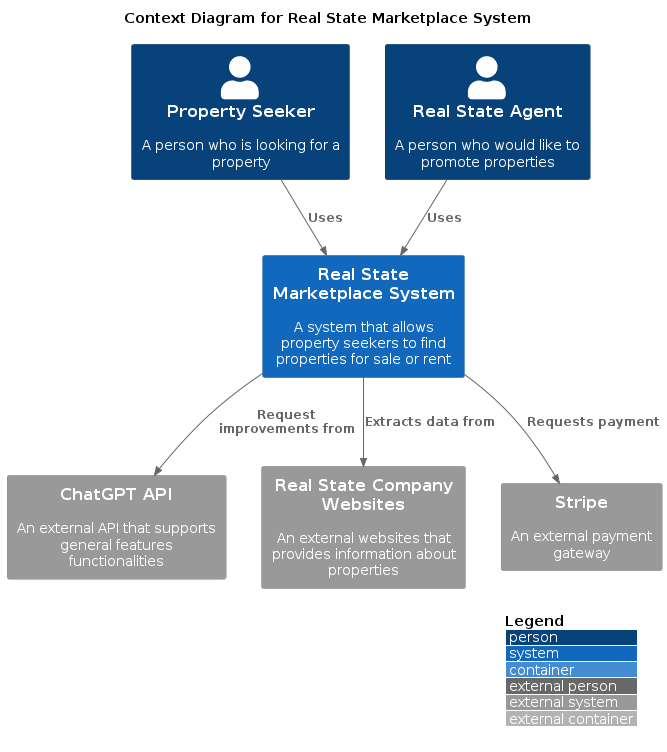
The PlantUML diagram docs/diagrams/01-ContextDiagram.png in jtsato/properties-api-netcore, before a commit. The source it was exported from:
```plantuml
@startuml 01-ContextDiagram
!include <C4/C4_Container>


title "Context Diagram for Real State Marketplace System"

Person(seeker, "Property Seeker", "A person who is looking for a property")
Person(agent, "Real State Agent", "A person who would like to promote properties")

System(realState, "Real State Marketplace System", "A system that allows property seekers to find properties for sale or rent")
System_Ext(chatGpt, "ChatGPT API", "An external API that supports general features functionalities")
System_Ext(websites, "Real State Company Websites", "An external websites that provides information about properties")
System_Ext(stripe, "Stripe", "An external payment gateway")

Rel(seeker, realState, "Uses")
Rel(agent, realState, "Uses")
Rel(realState, chatGpt, "Request improvements from")
Rel(realState, websites, "Extracts data from")
Rel(realState, stripe, "Requests payment")

LAYOUT_WITH_LEGEND()

@enduml
```
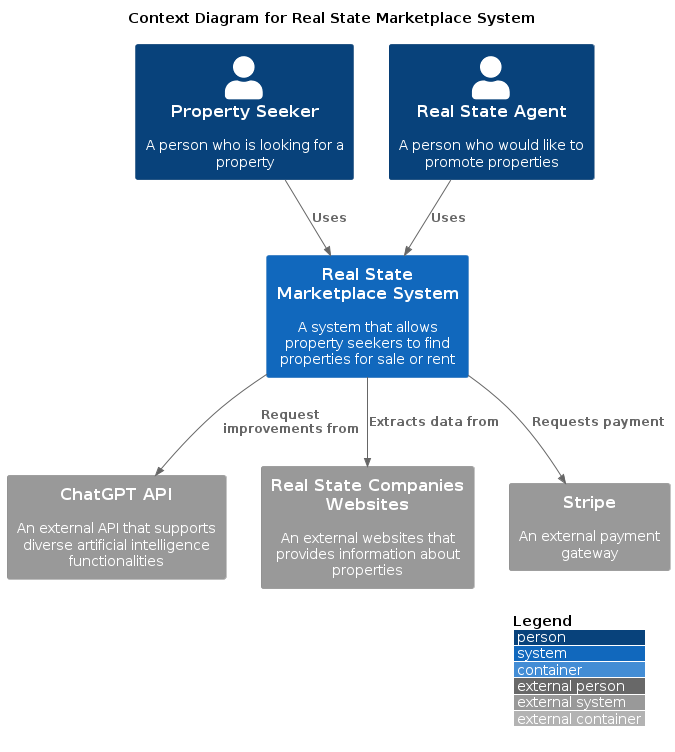
After the commit.

What changed in the source:
```diff
@@ -8,8 +8,8 @@
 Person(agent, "Real State Agent", "A person who would like to promote properties")
 
 System(realState, "Real State Marketplace System", "A system that allows property seekers to find properties for sale or rent")
-System_Ext(chatGpt, "ChatGPT API", "An external API that supports general features functionalities")
-System_Ext(websites, "Real State Company Websites", "An external websites that provides information about properties")
+System_Ext(chatGpt, "ChatGPT API", "An external API that supports diverse artificial intelligence functionalities")
+System_Ext(websites, "Real State Companies Websites", "An external websites that provides information about properties")
 System_Ext(stripe, "Stripe", "An external payment gateway")
 
 Rel(seeker, realState, "Uses")
```
